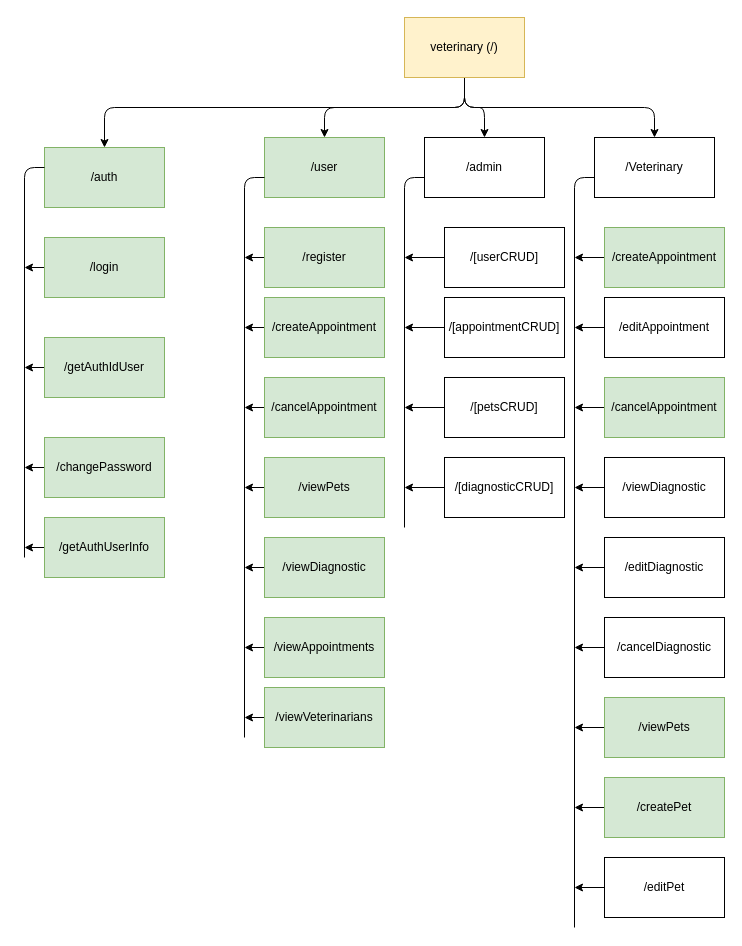
Earlier version of the draw.io diagram diagrams/NAV.drawio (fernandoach/API-VETERINARY). Source tidied: cells renumbered, new cells numbered last; positions are measured from the earlier drawing's top-left corner, leaving out a move shared by most shapes. Both pictures are drawn from the tidied source at 100%, with x=0, y=0 at pixel (24, 17).
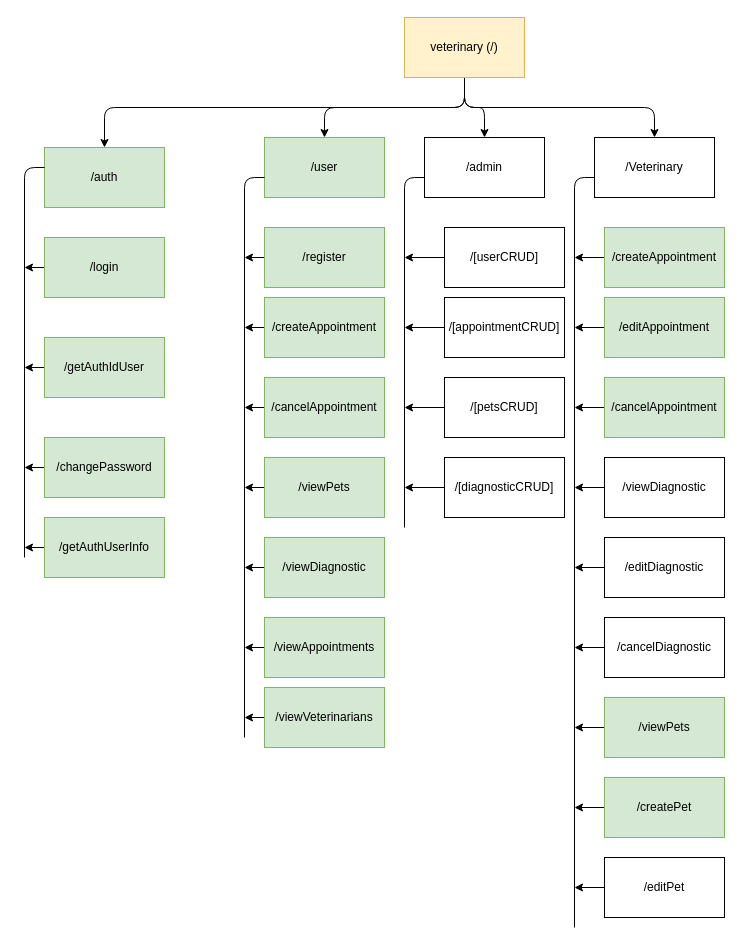
The same diagram, later.

Commit message (it also covers changes not shown here):
ADD: /veterinary/editAppointment by {idAppointment, date, startTime, idPet, reason, state}

The edit, as a diff of the source:
```diff
@@
-    <mxCell id="41" value="/editAppointment" style="rounded=0;whiteSpace=wrap;html=1;" parent="1" vertex="1">
+    <mxCell id="41" value="/editAppointment" style="rounded=0;whiteSpace=wrap;html=1;fillColor=#d5e8d4;strokeColor=#82b366;" parent="1" vertex="1">
       <mxGeometry x="580" y="280" width="120" height="60" as="geometry" />
     </mxCell>
```
